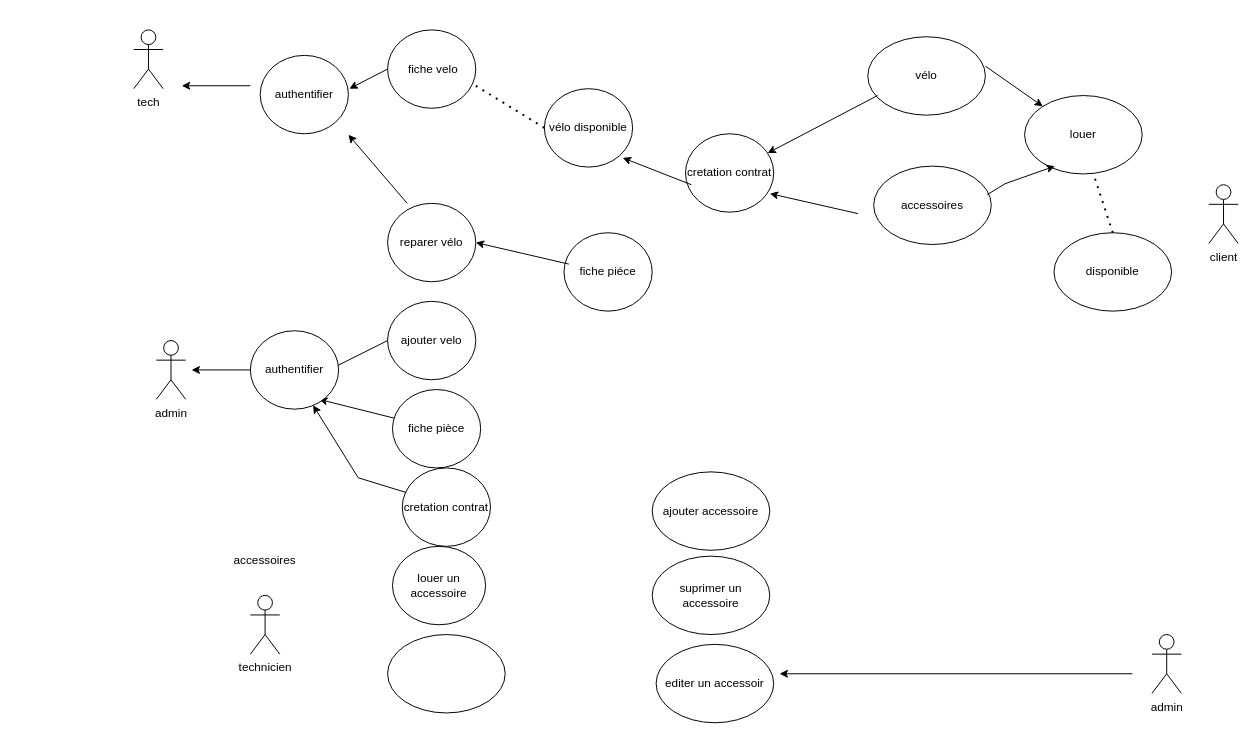
Earlier version of the draw.io diagram velo-afpabike.drawio (djn-web/djn-web). Source tidied: cells renumbered, new cells numbered last; positions are measured from the earlier drawing's top-left corner, leaving out a move shared by most shapes. Both pictures are drawn from the tidied source at 98%, with x=0, y=0 at pixel (133, 29).
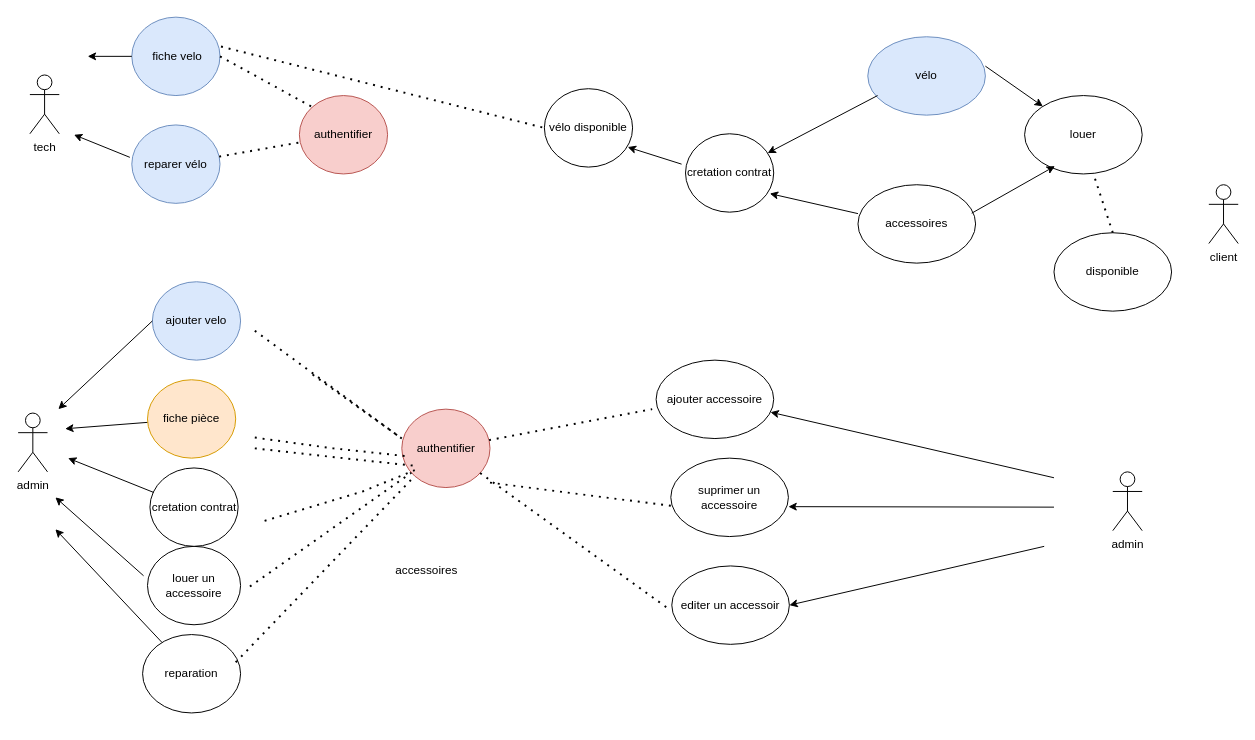
Above is the later version.

Commit message:
Mettre à jour velo-afpabike.drawio

Unchanged cells that the change refers to:
```xml
<mxCell id="5" value="louer " style="ellipse;whiteSpace=wrap;html=1;" parent="1" vertex="1">
  <mxGeometry x="909" y="67" width="120" height="80" as="geometry" />
</mxCell>
<mxCell id="31" value="vélo disponible" style="ellipse;whiteSpace=wrap;html=1;" parent="1" vertex="1">
  <mxGeometry x="419" y="60" width="90" height="80" as="geometry" />
</mxCell>
```

What changed in the source:
```diff
@@
     <mxCell id="2" value="tech" style="shape=umlActor;verticalLabelPosition=bottom;verticalAlign=top;html=1;" parent="1" vertex="1">
-      <mxGeometry width="30" height="60" as="geometry" />
+      <mxGeometry x="-106" y="46" width="30" height="60" as="geometry" />
     </mxCell>
     <mxCell id="3" value="admin" style="shape=umlActor;verticalLabelPosition=bottom;verticalAlign=top;html=1;" parent="1" vertex="1">
-      <mxGeometry x="23" y="317" width="30" height="60" as="geometry" />
+      <mxGeometry x="-118" y="391" width="30" height="60" as="geometry" />
     </mxCell>
@@
     <mxCell id="6" value="accessoires" style="ellipse;whiteSpace=wrap;html=1;" parent="1" vertex="1">
-      <mxGeometry x="755" y="139" width="120" height="80" as="geometry" />
+      <mxGeometry x="739" y="158" width="120" height="80" as="geometry" />
     </mxCell>
-    <mxCell id="7" value="vélo " style="ellipse;whiteSpace=wrap;html=1;" parent="1" vertex="1">
+    <mxCell id="7" value="vélo " style="ellipse;whiteSpace=wrap;html=1;fillColor=#dae8fc;strokeColor=#6c8ebf;" parent="1" vertex="1">
       <mxGeometry x="749" y="7" width="120" height="80" as="geometry" />
     </mxCell>
@@
     <mxCell id="10" style="endArrow=classic;html=1;rounded=0;entryX=0.258;entryY=0.9;entryDx=0;entryDy=0;entryPerimeter=0;exitX=0.967;exitY=0.363;exitDx=0;exitDy=0;exitPerimeter=0;" parent="1" edge="1" source="6" target="5">
-      <mxGeometry relative="1" as="geometry">
-        <Array as="points">
-          <mxPoint x="889" y="157" />
-        </Array>
-      </mxGeometry>
+      <mxGeometry relative="1" as="geometry" />
     </mxCell>
@@
-    <mxCell id="12" value="&amp;nbsp;fiche velo" style="ellipse;whiteSpace=wrap;html=1;" parent="1" vertex="1">
-      <mxGeometry x="259" width="90" height="80" as="geometry" />
+    <mxCell id="12" value="&amp;nbsp;fiche velo" style="ellipse;whiteSpace=wrap;html=1;fillColor=#dae8fc;strokeColor=#6c8ebf;" parent="1" vertex="1">
+      <mxGeometry x="-2" y="-13" width="90" height="80" as="geometry" />
     </mxCell>
     <mxCell id="13" value="louer un accessoire" style="ellipse;whiteSpace=wrap;html=1;" parent="1" vertex="1">
-      <mxGeometry x="264" y="527" width="95" height="80" as="geometry" />
+      <mxGeometry x="14" y="527" width="95" height="80" as="geometry" />
     </mxCell>
-    <mxCell id="14" value="technicien" style="shape=umlActor;verticalLabelPosition=bottom;verticalAlign=top;html=1;" parent="1" vertex="1">
-      <mxGeometry x="119" y="577" width="30" height="60" as="geometry" />
-    </mxCell>
     <mxCell id="15" value="accessoires" style="text;html=1;align=center;verticalAlign=middle;whiteSpace=wrap;rounded=0;" parent="1" vertex="1">
-      <mxGeometry x="104" y="527" width="60" height="30" as="geometry" />
+      <mxGeometry x="269" y="537" width="60" height="30" as="geometry" />
     </mxCell>
     <mxCell id="16" value="editer un accessoir" style="ellipse;whiteSpace=wrap;html=1;" parent="1" vertex="1">
-      <mxGeometry x="533" y="627" width="120" height="80" as="geometry" />
+      <mxGeometry x="549" y="547" width="120" height="80" as="geometry" />
     </mxCell>
-    <mxCell id="17" style="ellipse;whiteSpace=wrap;html=1;" parent="1" vertex="1">
-      <mxGeometry x="259" y="617" width="120" height="80" as="geometry" />
+    <mxCell id="17" value="reparation" style="ellipse;whiteSpace=wrap;html=1;" parent="1" vertex="1">
+      <mxGeometry x="9" y="617" width="100" height="80" as="geometry" />
     </mxCell>
     <mxCell id="18" value="admin" style="shape=umlActor;verticalLabelPosition=bottom;verticalAlign=top;html=1;" parent="1" vertex="1">
-      <mxGeometry x="1039" y="617" width="30" height="60" as="geometry" />
+      <mxGeometry x="999" y="451" width="30" height="60" as="geometry" />
     </mxCell>
     <mxCell id="19" style="endArrow=classic;html=1;rounded=0;" parent="1" edge="1">
       <mxGeometry relative="1" as="geometry">
-        <mxPoint x="1019" y="657" as="sourcePoint" />
-        <mxPoint x="659" y="657" as="targetPoint" />
+        <mxPoint x="939" y="487" as="sourcePoint" />
+        <mxPoint x="668" y="486.5" as="targetPoint" />
       </mxGeometry>
     </mxCell>
-    <mxCell id="20" value="reparer vélo " style="ellipse;whiteSpace=wrap;html=1;" parent="1" vertex="1">
-      <mxGeometry x="259" y="177" width="90" height="80" as="geometry" />
+    <mxCell id="20" value="reparer vélo " style="ellipse;whiteSpace=wrap;html=1;fillColor=#dae8fc;strokeColor=#6c8ebf;" parent="1" vertex="1">
+      <mxGeometry x="-2" y="97" width="90" height="80" as="geometry" />
     </mxCell>
-    <mxCell id="21" value="ajouter velo" style="ellipse;whiteSpace=wrap;html=1;" parent="1" vertex="1">
-      <mxGeometry x="259" y="277" width="90" height="80" as="geometry" />
+    <mxCell id="21" value="ajouter velo" style="ellipse;whiteSpace=wrap;html=1;fillColor=#dae8fc;strokeColor=#6c8ebf;" parent="1" vertex="1">
+      <mxGeometry x="19" y="257" width="90" height="80" as="geometry" />
     </mxCell>
-    <mxCell id="22" value="authentifier" style="ellipse;whiteSpace=wrap;html=1;" parent="1" vertex="1">
-      <mxGeometry x="129" y="26" width="90" height="80" as="geometry" />
-    </mxCell>
     <mxCell id="23" style="endArrow=classic;html=1;rounded=0;" parent="1" edge="1" source="39">
       <mxGeometry relative="1" as="geometry">
-        <mxPoint x="189" y="377" as="targetPoint" />
+        <mxPoint x="-70" y="407" as="targetPoint" />
       </mxGeometry>
     </mxCell>
-    <mxCell id="24" style="endArrow=classic;html=1;rounded=0;" parent="1" edge="1">
-      <mxGeometry relative="1" as="geometry">
-        <mxPoint x="119" y="57" as="sourcePoint" />
-        <mxPoint x="49" y="57" as="targetPoint" />
-      </mxGeometry>
-    </mxCell>
     <mxCell id="25" style="endArrow=classic;html=1;rounded=0;exitX=0;exitY=0.5;exitDx=0;exitDy=0;" parent="1" edge="1" source="21">
       <mxGeometry relative="1" as="geometry">
-        <mxPoint x="199" y="347" as="targetPoint" />
+        <mxPoint x="-77" y="387" as="targetPoint" />
       </mxGeometry>
     </mxCell>
-    <mxCell id="26" style="endArrow=classic;html=1;rounded=0;entryX=1.011;entryY=0.425;entryDx=0;entryDy=0;entryPerimeter=0;exitX=0;exitY=0.5;exitDx=0;exitDy=0;" parent="1" edge="1" source="12" target="22">
-      <mxGeometry relative="1" as="geometry" />
+    <mxCell id="26" style="endArrow=classic;html=1;rounded=0;exitX=0;exitY=0.5;exitDx=0;exitDy=0;" parent="1" edge="1" source="12">
+      <mxGeometry relative="1" as="geometry">
+        <mxPoint x="-47" y="27" as="targetPoint" />
+        <Array as="points">
+          <mxPoint x="-47" y="27" />
+        </Array>
+      </mxGeometry>
     </mxCell>
     <mxCell id="27" value="cretation contrat" style="ellipse;whiteSpace=wrap;html=1;" parent="1" vertex="1">
-      <mxGeometry x="274" y="447" width="90" height="80" as="geometry" />
+      <mxGeometry x="16.5" y="447" width="90" height="80" as="geometry" />
     </mxCell>
     <mxCell id="28" value="ajouter accessoire " style="ellipse;whiteSpace=wrap;html=1;" parent="1" vertex="1">
-      <mxGeometry x="529" y="451" width="120" height="80" as="geometry" />
+      <mxGeometry x="533" y="337" width="120" height="80" as="geometry" />
     </mxCell>
     <mxCell id="29" value="suprimer un accessoire " style="ellipse;whiteSpace=wrap;html=1;" parent="1" vertex="1">
-      <mxGeometry x="529" y="537" width="120" height="80" as="geometry" />
+      <mxGeometry x="548" y="437" width="120" height="80" as="geometry" />
     </mxCell>
-    <mxCell id="30" value="authentifier" style="ellipse;whiteSpace=wrap;html=1;" parent="1" vertex="1">
-      <mxGeometry x="119" y="307" width="90" height="80" as="geometry" />
+    <mxCell id="30" value="authentifier" style="ellipse;whiteSpace=wrap;html=1;fillColor=#f8cecc;strokeColor=#b85450;" parent="1" vertex="1">
+      <mxGeometry x="273.5" y="387" width="90" height="80" as="geometry" />
     </mxCell>
@@
-    <mxCell id="32" style="endArrow=none;dashed=1;html=1;dashPattern=1 3;strokeWidth=2;rounded=0;entryX=0;entryY=0.5;entryDx=0;entryDy=0;exitX=1;exitY=0.713;exitDx=0;exitDy=0;exitPerimeter=0;" parent="1" edge="1" source="12" target="31">
-      <mxGeometry relative="1" as="geometry" />
+    <mxCell id="32" style="endArrow=none;dashed=1;html=1;dashPattern=1 3;strokeWidth=2;rounded=0;entryX=0;entryY=0.5;entryDx=0;entryDy=0;" parent="1" edge="1" target="31">
+      <mxGeometry relative="1" as="geometry">
+        <mxPoint x="89" y="17" as="sourcePoint" />
+      </mxGeometry>
     </mxCell>
-    <mxCell id="33" value="fiche piéce " style="ellipse;whiteSpace=wrap;html=1;" parent="1" vertex="1">
-      <mxGeometry x="439" y="207" width="90" height="80" as="geometry" />
-    </mxCell>
@@
     <mxCell id="35" style="endArrow=classic;html=1;rounded=0;" parent="1" edge="1">
       <mxGeometry relative="1" as="geometry">
-        <mxPoint x="569" y="158" as="sourcePoint" />
-        <mxPoint x="499" y="130.6" as="targetPoint" />
+        <mxPoint x="559" y="137" as="sourcePoint" />
+        <mxPoint x="504" y="119.6" as="targetPoint" />
       </mxGeometry>
     </mxCell>
-    <mxCell id="36" style="endArrow=classic;html=1;rounded=0;exitX=0.056;exitY=0.4;exitDx=0;exitDy=0;exitPerimeter=0;entryX=1;entryY=0.5;entryDx=0;entryDy=0;entryPerimeter=0;" parent="1" edge="1" source="33" target="20">
-      <mxGeometry relative="1" as="geometry" />
-    </mxCell>
-    <mxCell id="37" style="endArrow=classic;html=1;rounded=0;" parent="1" edge="1">
+    <mxCell id="37" style="endArrow=classic;html=1;rounded=0;exitX=-0.022;exitY=0.413;exitDx=0;exitDy=0;exitPerimeter=0;" parent="1" edge="1" source="20">
       <mxGeometry relative="1" as="geometry">
-        <mxPoint x="279" y="177" as="sourcePoint" />
-        <mxPoint x="219" y="107" as="targetPoint" />
+        <mxPoint x="-61" y="107" as="targetPoint" />
       </mxGeometry>
     </mxCell>
-    <mxCell id="38" style="endArrow=classic;html=1;rounded=0;" parent="1" edge="1" target="39">
-      <mxGeometry relative="1" as="geometry">
-        <mxPoint x="310.2" y="402" as="sourcePoint" />
-      </mxGeometry>
-    </mxCell>
-    <mxCell id="39" value="fiche&amp;nbsp;pièce " style="ellipse;whiteSpace=wrap;html=1;" parent="1" vertex="1">
-      <mxGeometry x="264" y="367" width="90" height="80" as="geometry" />
+    <mxCell id="39" value="fiche&amp;nbsp;pièce " style="ellipse;whiteSpace=wrap;html=1;fillColor=#ffe6cc;strokeColor=#d79b00;" parent="1" vertex="1">
+      <mxGeometry x="14" y="357" width="90" height="80" as="geometry" />
     </mxCell>
-    <mxCell id="40" style="endArrow=classic;html=1;rounded=0;exitX=0.044;exitY=0.313;exitDx=0;exitDy=0;exitPerimeter=0;entryX=0.711;entryY=0.95;entryDx=0;entryDy=0;entryPerimeter=0;" parent="1" edge="1" source="27" target="30">
+    <mxCell id="40" style="endArrow=classic;html=1;rounded=0;exitX=0.044;exitY=0.313;exitDx=0;exitDy=0;exitPerimeter=0;" parent="1" edge="1" source="27">
       <mxGeometry relative="1" as="geometry">
-        <Array as="points">
-          <mxPoint x="229" y="457" />
-        </Array>
+        <mxPoint x="-67" y="437" as="targetPoint" />
       </mxGeometry>
     </mxCell>
-    <mxCell id="41" style="endArrow=classic;html=1;rounded=0;exitX=0;exitY=0.5;exitDx=0;exitDy=0;" parent="1" edge="1" source="30">
-      <mxGeometry relative="1" as="geometry">
-        <mxPoint x="59" y="347" as="targetPoint" />
-      </mxGeometry>
-    </mxCell>
@@
+    <mxCell id="44" style="endArrow=classic;html=1;rounded=0;" parent="1" edge="1" source="17">
+      <mxGeometry relative="1" as="geometry">
+        <mxPoint x="-80" y="509.5" as="targetPoint" />
+      </mxGeometry>
+    </mxCell>
+    <mxCell id="45" style="endArrow=classic;html=1;rounded=0;" parent="1" edge="1">
+      <mxGeometry relative="1" as="geometry">
+        <mxPoint x="10" y="557" as="sourcePoint" />
+        <mxPoint x="-80" y="477" as="targetPoint" />
+      </mxGeometry>
+    </mxCell>
+    <mxCell id="22" value="authentifier" style="ellipse;whiteSpace=wrap;html=1;fillColor=#f8cecc;strokeColor=#b85450;" parent="1" vertex="1">
+      <mxGeometry x="169" y="67" width="90" height="80" as="geometry" />
+    </mxCell>
+    <mxCell id="46" style="endArrow=none;dashed=1;html=1;dashPattern=1 3;strokeWidth=2;rounded=0;entryX=0.056;entryY=0.6;entryDx=0;entryDy=0;entryPerimeter=0;" parent="1" edge="1" target="30">
+      <mxGeometry relative="1" as="geometry">
+        <mxPoint x="123.5" y="416" as="sourcePoint" />
+        <Array as="points">
+          <mxPoint x="203.5" y="427" />
+        </Array>
+      </mxGeometry>
+    </mxCell>
+    <mxCell id="47" style="endArrow=none;dashed=1;html=1;dashPattern=1 3;strokeWidth=2;rounded=0;" parent="1" edge="1" source="20" target="22">
+      <mxGeometry relative="1" as="geometry" />
+    </mxCell>
+    <mxCell id="48" style="endArrow=none;dashed=1;html=1;dashPattern=1 3;strokeWidth=2;rounded=0;entryX=0;entryY=0;entryDx=0;entryDy=0;exitX=1;exitY=0.5;exitDx=0;exitDy=0;" parent="1" edge="1" source="12" target="22">
+      <mxGeometry relative="1" as="geometry" />
+    </mxCell>
+    <mxCell id="49" style="endArrow=none;dashed=1;html=1;dashPattern=1 3;strokeWidth=2;rounded=0;entryX=0.056;entryY=0.6;entryDx=0;entryDy=0;entryPerimeter=0;" parent="1" edge="1">
+      <mxGeometry relative="1" as="geometry">
+        <mxPoint x="123.5" y="427" as="sourcePoint" />
+        <mxPoint x="288.5" y="445" as="targetPoint" />
+        <Array as="points">
+          <mxPoint x="213.5" y="437" />
+        </Array>
+      </mxGeometry>
+    </mxCell>
+    <mxCell id="50" style="endArrow=none;dashed=1;html=1;dashPattern=1 3;strokeWidth=2;rounded=0;" parent="1" edge="1" target="30">
+      <mxGeometry relative="1" as="geometry">
+        <mxPoint x="118.5" y="568" as="sourcePoint" />
+      </mxGeometry>
+    </mxCell>
+    <mxCell id="51" style="endArrow=none;dashed=1;html=1;dashPattern=1 3;strokeWidth=2;rounded=0;entryX=0;entryY=1;entryDx=0;entryDy=0;" parent="1" edge="1">
+      <mxGeometry relative="1" as="geometry">
+        <mxPoint x="133.5" y="501" as="sourcePoint" />
+        <mxPoint x="286.7" y="449.3" as="targetPoint" />
+        <Array as="points">
+          <mxPoint x="233.5" y="471" />
+        </Array>
+      </mxGeometry>
+    </mxCell>
+    <mxCell id="52" style="endArrow=none;dashed=1;html=1;dashPattern=1 3;strokeWidth=2;rounded=0;entryX=0;entryY=1;entryDx=0;entryDy=0;" parent="1" edge="1" target="30">
+      <mxGeometry relative="1" as="geometry">
+        <mxPoint x="104" y="645.3" as="sourcePoint" />
+      </mxGeometry>
+    </mxCell>
+    <mxCell id="53" style="endArrow=none;dashed=1;html=1;dashPattern=1 3;strokeWidth=2;rounded=0;entryX=0;entryY=0;entryDx=0;entryDy=0;exitX=1;exitY=0.5;exitDx=0;exitDy=0;" parent="1" edge="1">
+      <mxGeometry relative="1" as="geometry">
+        <mxPoint x="123.5" y="307" as="sourcePoint" />
+        <mxPoint x="181.5" y="351" as="targetPoint" />
+        <Array as="points">
+          <mxPoint x="273.5" y="417" />
+        </Array>
+      </mxGeometry>
+    </mxCell>
+    <mxCell id="54" style="endArrow=none;dashed=1;html=1;dashPattern=1 3;strokeWidth=2;rounded=0;entryX=0;entryY=1;entryDx=0;entryDy=0;" parent="1" edge="1" source="30">
+      <mxGeometry relative="1" as="geometry">
+        <mxPoint x="547.5" y="592" as="targetPoint" />
+      </mxGeometry>
+    </mxCell>
+    <mxCell id="55" style="endArrow=none;dashed=1;html=1;dashPattern=1 3;strokeWidth=2;rounded=0;" parent="1" edge="1" source="30">
+      <mxGeometry relative="1" as="geometry">
+        <mxPoint x="529" y="387" as="targetPoint" />
+      </mxGeometry>
+    </mxCell>
+    <mxCell id="56" style="endArrow=none;dashed=1;html=1;dashPattern=1 3;strokeWidth=2;rounded=0;entryX=0.025;entryY=0.613;entryDx=0;entryDy=0;entryPerimeter=0;" parent="1" edge="1" target="29">
+      <mxGeometry relative="1" as="geometry">
+        <mxPoint x="363.5" y="462" as="sourcePoint" />
+      </mxGeometry>
+    </mxCell>
+    <mxCell id="57" style="endArrow=classic;html=1;rounded=0;" parent="1" edge="1" target="28">
+      <mxGeometry relative="1" as="geometry">
+        <mxPoint x="939" y="457" as="sourcePoint" />
+      </mxGeometry>
+    </mxCell>
+    <mxCell id="58" style="endArrow=classic;html=1;rounded=0;entryX=1;entryY=0.5;entryDx=0;entryDy=0;" parent="1" edge="1" target="16">
+      <mxGeometry relative="1" as="geometry">
+        <mxPoint x="929" y="527" as="sourcePoint" />
+      </mxGeometry>
+    </mxCell>
```
